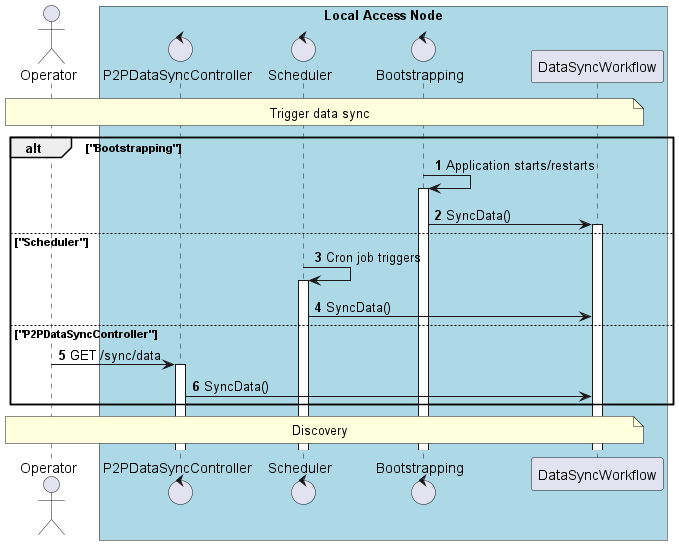
This is desmos-tech-doc/images/use-case-data-synchronization-1-triggering.png from in2workspace/in2-guides, a PlantUML export, as it was before one commit.
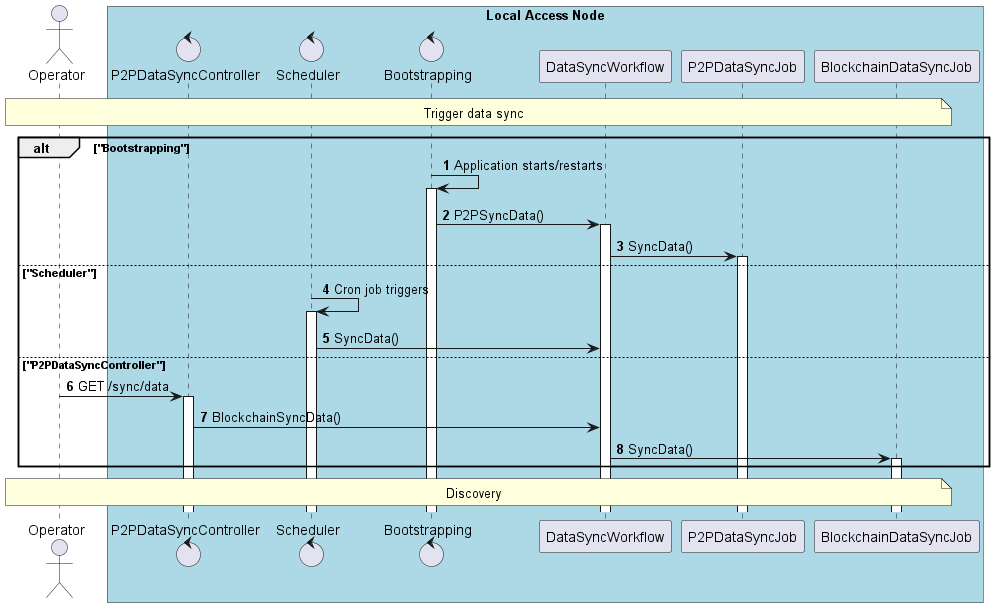
The same file after the commit.

Commit message:
fix(data-syncronization): add jobs to use case 1

Change to the diagram source:
```diff
@@ -11,25 +11,29 @@
     control "Scheduler" as scheduler
     control "Bootstrapping" as bootstrapping
     participant "DataSyncWorkflow" as data_sync_workflow
+    participant "P2PDataSyncJob" as p2p_data_sync_job
+    participant "BlockchainDataSyncJob" as blockchain_data_sync_job
 end box
 
 
-note over operator, data_sync_workflow
+note over operator, blockchain_data_sync_job
     Trigger data sync
 end note
 
 alt "Bootstrapping"
     bootstrapping -> bootstrapping++: Application starts/restarts
-    bootstrapping -> data_sync_workflow++: SyncData()
+    bootstrapping -> data_sync_workflow++: P2PSyncData()
+    data_sync_workflow -> p2p_data_sync_job++: SyncData()
 else "Scheduler"
     scheduler -> scheduler++: Cron job triggers
     scheduler -> data_sync_workflow: SyncData()
 else "P2PDataSyncController"
     operator -> p2p_data_sync_controller_workflow++: GET /sync/data
-    p2p_data_sync_controller_workflow -> data_sync_workflow: SyncData()
+    p2p_data_sync_controller_workflow -> data_sync_workflow: BlockchainSyncData()
+    data_sync_workflow -> blockchain_data_sync_job++: SyncData()
 end
 
-note over operator, data_sync_workflow
+note over operator, blockchain_data_sync_job
     Discovery
 end note
 
```
